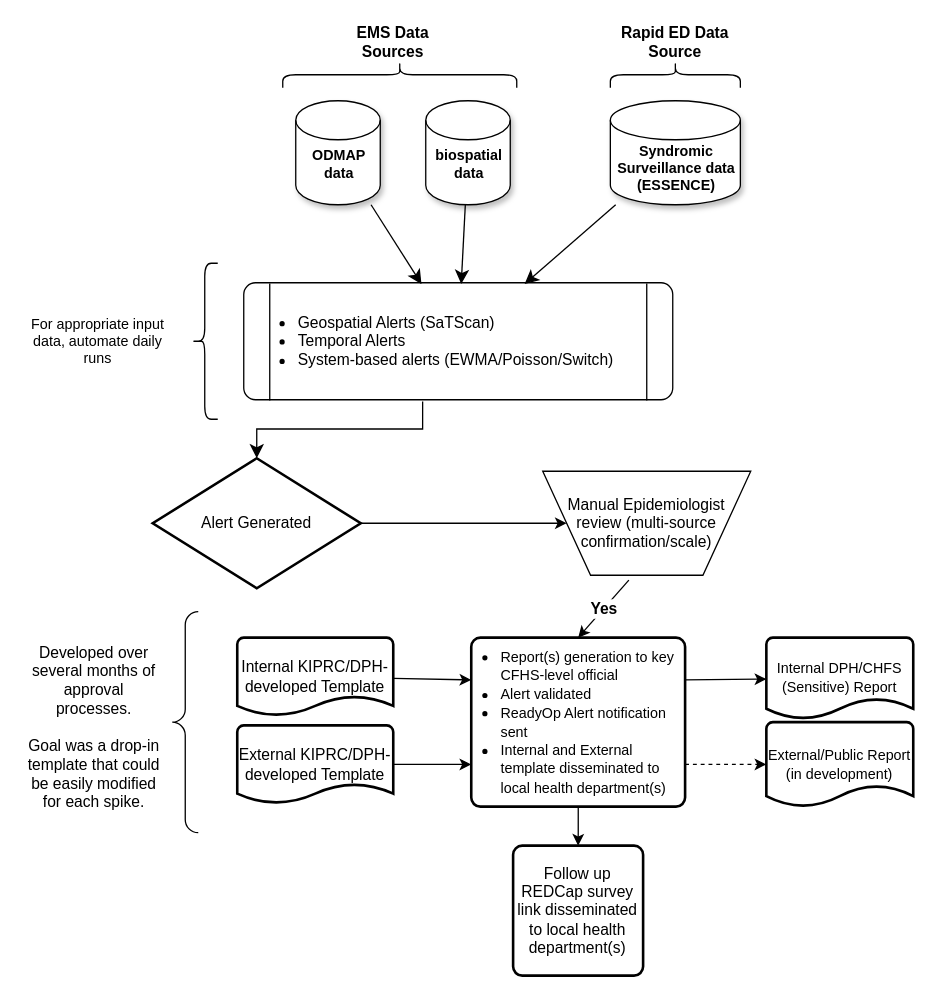
Above: KDOAS v2.drawio in andrew-farrey/drawio (draw.io), before the change. Source tidied: cells renumbered, new cells numbered last; positions are measured from the earlier drawing's top-left corner, leaving out a move shared by most shapes. Both pictures are drawn from the tidied source at 130%, with x=0, y=0 at pixel (22, 22).
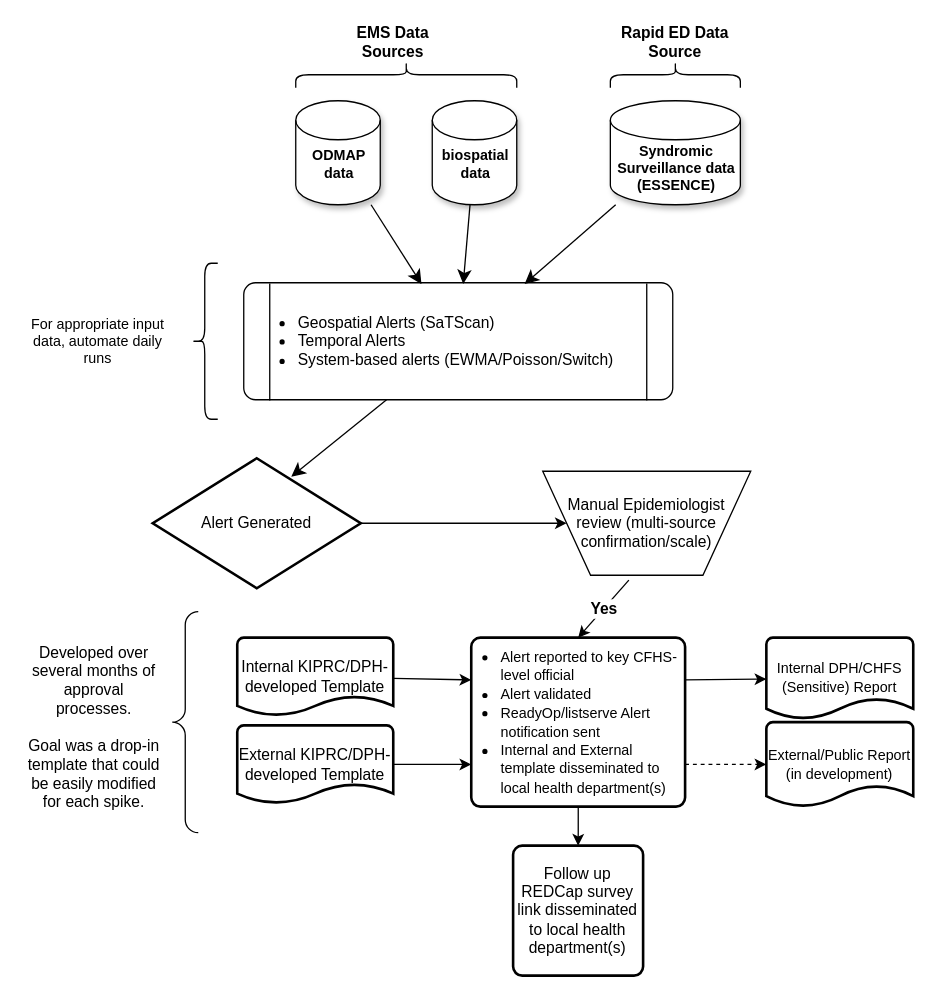
The same diagram, later.

Unchanged cells that the change refers to:
```xml
<mxCell id="2" value="&lt;ul&gt;&lt;li&gt;Geospatial Alerts (SaTScan)&lt;/li&gt;&lt;li&gt;Temporal Alerts&lt;/li&gt;&lt;li&gt;System-based alerts (EWMA/Poisson/Switch)&lt;/li&gt;&lt;/ul&gt;" style="rounded=1;arcSize=10;whiteSpace=wrap;html=1;align=left;" parent="1" vertex="1">
  <mxGeometry x="170" y="200" width="330" height="90" as="geometry" />
</mxCell>
<mxCell id="5" value="Alert Generated" style="strokeWidth=2;html=1;shape=mxgraph.flowchart.decision;whiteSpace=wrap;" parent="1" vertex="1">
  <mxGeometry x="100" y="335" width="160" height="100" as="geometry" />
</mxCell>
<mxCell id="32" style="shape=partialRectangle;whiteSpace=wrap;html=1;top=0;bottom=0;fillColor=none;" parent="1" vertex="1">
  <mxGeometry x="190" y="201" width="290" height="89" as="geometry" />
</mxCell>
```

The edit, as a diff of the source:
```diff
@@
+    <mxCell id="36" style="edgeStyle=none;curved=1;rounded=0;jettySize=auto;html=1;fontSize=12;startSize=8;endSize=8;entryX=0.666;entryY=0.142;entryDx=0;entryDy=0;entryPerimeter=0;" parent="1" edge="1" source="32" target="5">
+      <mxGeometry relative="1" as="geometry" />
+    </mxCell>
@@
     <mxCell id="15" value="biospatial data" style="shape=cylinder3;boundedLbl=1;backgroundOutline=1;size=15;movableLabel=0;shadow=1;fontStyle=1;fontSize=11;verticalAlign=middle;textShadow=0;labelBackgroundColor=none;align=center;whiteSpace=wrap;html=1;textDirection=ltr;spacingTop=-24;" parent="1" vertex="1">
-      <mxGeometry x="310" y="60" width="65" height="80" as="geometry">
+      <mxGeometry x="315" y="60" width="65" height="80" as="geometry">
         <mxPoint x="1" y="8" as="offset" />
       </mxGeometry>
     </mxCell>
@@
     <mxCell id="18" style="shape=curlyBracket;whiteSpace=wrap;html=1;rounded=1;labelPosition=left;verticalLabelPosition=middle;align=center;verticalAlign=middle;direction=south;size=0.5;" parent="1" vertex="1">
-      <mxGeometry x="200" y="30" width="180" height="20" as="geometry" />
+      <mxGeometry x="210" y="30" width="170" height="20" as="geometry" />
     </mxCell>
@@
-    <mxCell id="20" style="edgeStyle=orthogonalEdgeStyle;jettySize=auto;html=1;rounded=0;exitX=0.417;exitY=1.014;exitDx=0;exitDy=0;exitPerimeter=0;entryX=0.5;entryY=0;entryDx=0;entryDy=0;entryPerimeter=0;endSize=8;" parent="1" edge="1" source="2" target="5">
-      <mxGeometry relative="1" as="geometry" />
-    </mxCell>
-    <mxCell id="21" value="&lt;ul&gt;&lt;li&gt;&lt;span style=&quot;background-color: transparent; color: light-dark(rgb(0, 0, 0), rgb(255, 255, 255));&quot;&gt;&lt;font style=&quot;font-size: 11px;&quot;&gt;Report(s) generation to key CFHS-level official&lt;/font&gt;&lt;/span&gt;&lt;/li&gt;&lt;li&gt;&lt;font style=&quot;font-size: 11px;&quot;&gt;&lt;font style=&quot;&quot;&gt;Alert validated&lt;/font&gt;&lt;/font&gt;&lt;/li&gt;&lt;li&gt;&lt;font style=&quot;font-size: 11px;&quot;&gt;ReadyOp Alert notification sent&lt;/font&gt;&lt;/li&gt;&lt;li&gt;&lt;font style=&quot;font-size: 11px;&quot;&gt;Internal and External template disseminated to local health department(s)&amp;nbsp;&lt;/font&gt;&lt;/li&gt;&lt;/ul&gt;" style="rounded=1;whiteSpace=wrap;html=1;absoluteArcSize=1;arcSize=14;strokeWidth=2;align=left;spacingRight=0;spacingLeft=-19;" parent="1" vertex="1">
+    <mxCell id="21" value="&lt;ul&gt;&lt;li&gt;&lt;span style=&quot;background-color: transparent; color: light-dark(rgb(0, 0, 0), rgb(255, 255, 255));&quot;&gt;&lt;font style=&quot;font-size: 11px;&quot;&gt;Alert reported to key CFHS-level official&lt;/font&gt;&lt;/span&gt;&lt;/li&gt;&lt;li&gt;&lt;font style=&quot;font-size: 11px;&quot;&gt;&lt;font style=&quot;&quot;&gt;Alert validated&lt;/font&gt;&lt;/font&gt;&lt;/li&gt;&lt;li&gt;&lt;font style=&quot;font-size: 11px;&quot;&gt;ReadyOp/listserve Alert notification sent&lt;/font&gt;&lt;/li&gt;&lt;li&gt;&lt;font style=&quot;font-size: 11px;&quot;&gt;Internal and External template disseminated to local health department(s)&amp;nbsp;&lt;/font&gt;&lt;/li&gt;&lt;/ul&gt;" style="rounded=1;whiteSpace=wrap;html=1;absoluteArcSize=1;arcSize=14;strokeWidth=2;align=left;spacingRight=0;spacingLeft=-19;" parent="1" vertex="1">
       <mxGeometry x="345" y="473" width="164.5" height="130" as="geometry" />
     </mxCell>
```
